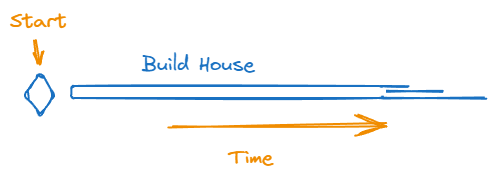
Before: content/news/2024/04/project-management/uncertain.excalidraw.png, a diagram exported from Excalidraw (jcgregorio/blog). Source tidied: one line per element, renumbered; positions are measured from the earlier drawing's top-left corner, leaving out a move shared by most shapes.
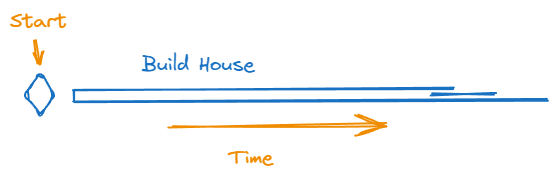
After the commit.

Diff of the diagram source:
```diff
@@ -1,11 +1,10 @@
 {"id": 0, "type": "diamond", "strokeColor": "#1971c2", "strokeWidth": 2, "roughness": 2, "round": true, "x": 15, "y": 63, "width": 30, "height": 42}
 {"id": 1, "type": "text", "text": "Start", "strokeColor": "#f08c00", "strokeWidth": 2, "roughness": 1, "fontSize": 20, "fontFamily": 1, "x": 0, "y": 0, "width": 57, "height": 25}
 {"id": 2, "type": "arrow", "strokeColor": "#f08c00", "strokeWidth": 2, "roughness": 2, "endArrowhead": "arrow", "round": true, "from": 1, "to": 0, "x": 25, "y": 29, "width": 3, "height": 25, "points": [[0, 0], [3, 25]]}
-{"id": 3, "type": "rectangle", "strokeColor": "#1971c2", "strokeWidth": 2, "roughness": 2, "round": true, "x": 61, "y": 76, "width": 311, "height": 12}
 {"id": 4, "type": "arrow", "strokeColor": "#f08c00", "strokeWidth": 2, "roughness": 2, "endArrowhead": "arrow", "round": true, "x": 159, "y": 115, "width": 218, "height": 1, "points": [[0, 0], [218, -1]]}
 {"id": 5, "type": "text", "text": "Time", "strokeColor": "#f08c00", "strokeWidth": 2, "roughness": 1, "fontSize": 20, "fontFamily": 1, "x": 219, "y": 136, "width": 44, "height": 25}
 {"id": 6, "type": "text", "text": "Build House", "strokeColor": "#1971c2", "strokeWidth": 2, "roughness": 1, "fontSize": 20, "fontFamily": 1, "x": 132, "y": 43, "width": 112, "height": 25}
-{"id": 7, "type": "line", "strokeColor": "#1971c2", "strokeWidth": 2, "roughness": 1, "round": true, "x": 373, "y": 88, "width": 102, "height": 0, "points": [[0, 0], [102, 0]]}
-{"id": 8, "type": "line", "strokeColor": "#1971c2", "strokeWidth": 2, "roughness": 1, "round": true, "x": 373, "y": 82, "width": 58, "height": 0, "points": [[0, 0], [58, 0]]}
-{"id": 9, "type": "line", "strokeColor": "#1971c2", "strokeWidth": 2, "roughness": 1, "round": true, "x": 370, "y": 76, "width": 28, "height": 0, "points": [[0, 0], [28, 0]]}
-{"id": 10, "type": "rectangle", "strokeColor": "#ffffff", "backgroundColor": "#ffffff", "fillStyle": "solid", "strokeWidth": 2, "roughness": 1, "round": true, "x": 366, "y": 79, "width": 9, "height": 6}
+{"id": 11, "type": "line", "strokeColor": "#1971c2", "strokeWidth": 2, "roughness": 1, "round": true, "x": 64, "y": 79, "width": 380, "height": 1, "points": [[0, 0], [380, -1]]}
+{"id": 12, "type": "line", "strokeColor": "#1971c2", "strokeWidth": 2, "roughness": 1, "round": true, "x": 64, "y": 91, "width": 474, "height": 1, "points": [[0, 0], [474, -1]]}
+{"id": 13, "type": "line", "strokeColor": "#1971c2", "strokeWidth": 2, "roughness": 1, "round": true, "x": 64, "y": 81, "width": 0, "height": 10, "points": [[0, 0], [0, 10]]}
+{"id": 14, "type": "line", "strokeColor": "#1971c2", "strokeWidth": 2, "roughness": 1, "round": true, "x": 422, "y": 85, "width": 63, "height": 1, "points": [[0, 0], [63, -1]]}
```
